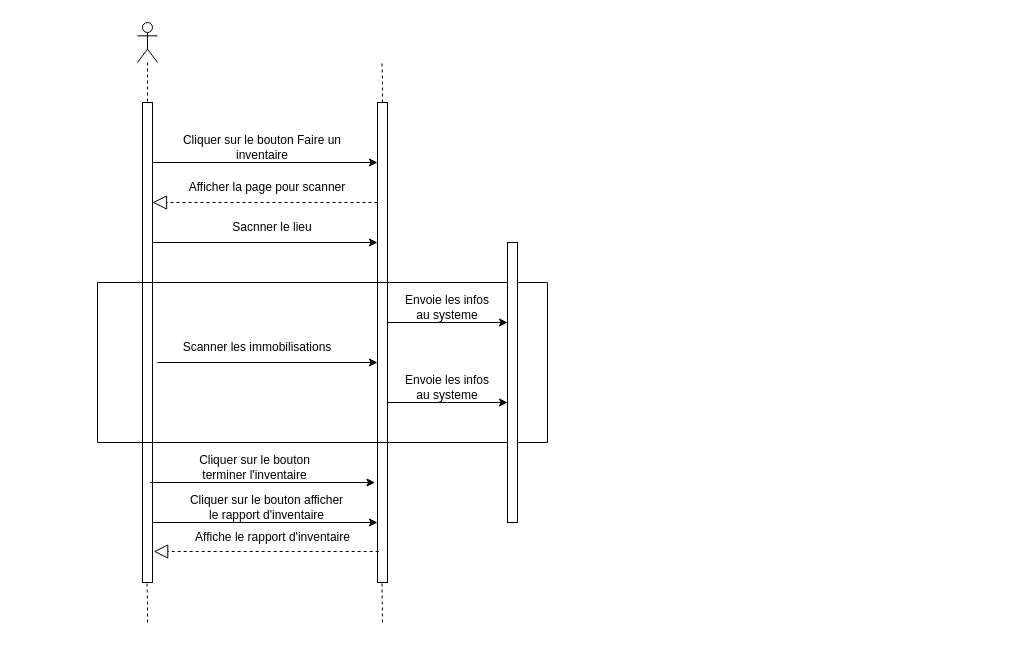
Joahnne-25/Folder_Diagramme-soutenance keeps this draw.io diagram as sequence2.drawio. Above is the earlier version. Source tidied: cells renumbered, new cells numbered last; positions are measured from the earlier drawing's top-left corner, leaving out a move shared by most shapes. Both pictures are drawn from the tidied source at 100%, with x=0, y=0 at pixel (97, 22).
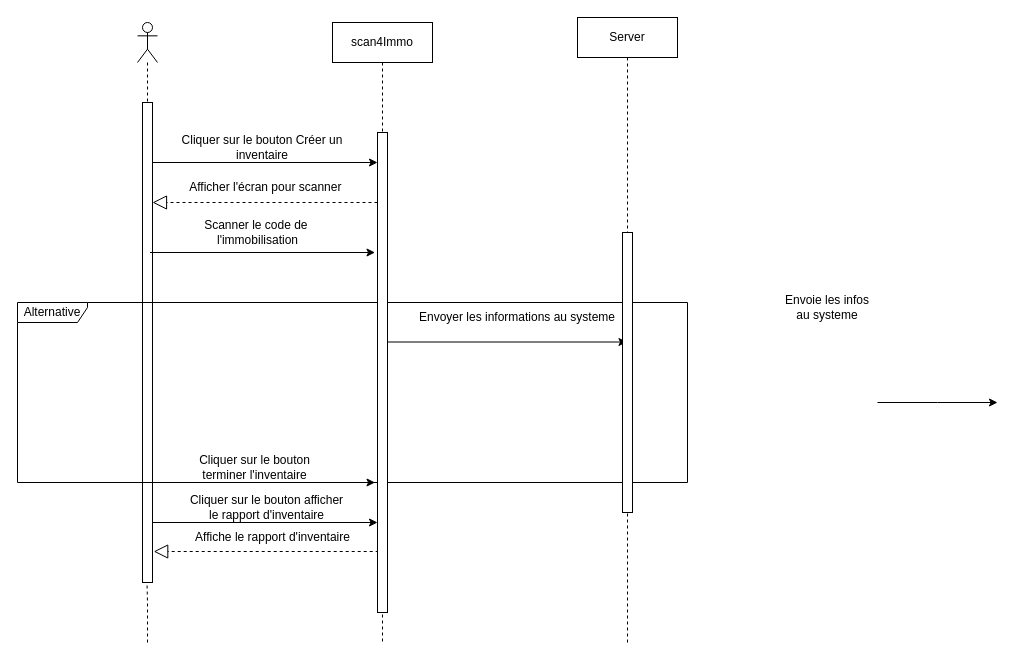
After the change.

Commit message:
Mettre à jour sequence2.drawio

The edit, as a diff of the source:
```diff
@@
-    <mxCell id="4" style="html=1;points=[];perimeter=orthogonalPerimeter;outlineConnect=0;targetShapes=umlLifeline;portConstraint=eastwest;newEdgeStyle={&quot;edgeStyle&quot;:&quot;elbowEdgeStyle&quot;,&quot;elbow&quot;:&quot;vertical&quot;,&quot;curved&quot;:0,&quot;rounded&quot;:0};" parent="1" vertex="1">
-      <mxGeometry x="280" y="80" width="10" height="480" as="geometry" />
-    </mxCell>
-    <mxCell id="5" style="endArrow=none;dashed=1;html=1;rounded=0;" parent="1" edge="1">
-      <mxGeometry relative="1" as="geometry">
-        <mxPoint x="285" y="600" as="sourcePoint" />
-        <mxPoint x="284.5" y="560" as="targetPoint" />
-      </mxGeometry>
-    </mxCell>
@@
     <mxCell id="8" style="endArrow=classic;html=1;rounded=0;entryX=0;entryY=0.176;entryDx=0;entryDy=0;entryPerimeter=0;" parent="1" edge="1">
       <mxGeometry relative="1" as="geometry">
-        <mxPoint x="55" y="220" as="sourcePoint" />
-        <mxPoint x="280" y="220" as="targetPoint" />
+        <mxPoint x="52.5" y="230" as="sourcePoint" />
+        <mxPoint x="277.5" y="230" as="targetPoint" />
       </mxGeometry>
     </mxCell>
@@
-    <mxCell id="11" value="Cliquer sur le bouton Faire un inventaire" style="text;strokeColor=none;align=center;fillColor=none;html=1;verticalAlign=middle;whiteSpace=wrap;rounded=0;" parent="1" vertex="1">
+    <mxCell id="11" value="Cliquer sur le bouton Créer un inventaire" style="text;strokeColor=none;align=center;fillColor=none;html=1;verticalAlign=middle;whiteSpace=wrap;rounded=0;" parent="1" vertex="1">
       <mxGeometry x="80" y="110" width="170" height="30" as="geometry" />
     </mxCell>
-    <mxCell id="12" value="Afficher la page pour scanner" style="text;strokeColor=none;align=center;fillColor=none;html=1;verticalAlign=middle;whiteSpace=wrap;rounded=0;" parent="1" vertex="1">
+    <mxCell id="12" value="Afficher l'écran pour scanner&amp;nbsp;" style="text;strokeColor=none;align=center;fillColor=none;html=1;verticalAlign=middle;whiteSpace=wrap;rounded=0;" parent="1" vertex="1">
       <mxGeometry x="90" y="150" width="160" height="30" as="geometry" />
     </mxCell>
-    <mxCell id="13" value="Sacnner le lieu" style="text;strokeColor=none;align=center;fillColor=none;html=1;verticalAlign=middle;whiteSpace=wrap;rounded=0;" parent="1" vertex="1">
-      <mxGeometry x="90" y="190" width="170" height="30" as="geometry" />
-    </mxCell>
-    <mxCell id="14" style="swimlane;startSize=0;" parent="1" vertex="1">
-      <mxGeometry y="260" width="450" height="160" as="geometry" />
-    </mxCell>
-    <mxCell id="15" value="Envoie les infos au systeme" style="text;strokeColor=none;align=center;fillColor=none;html=1;verticalAlign=middle;whiteSpace=wrap;rounded=0;" parent="14" vertex="1">
-      <mxGeometry x="300" y="10" width="100" height="30" as="geometry" />
-    </mxCell>
-    <mxCell id="16" style="endArrow=classic;html=1;rounded=0;" parent="14" edge="1">
-      <mxGeometry relative="1" as="geometry">
-        <mxPoint x="290" y="120" as="sourcePoint" />
-        <mxPoint x="410" y="120" as="targetPoint" />
-        <Array as="points">
-          <mxPoint x="350" y="120" />
-        </Array>
-      </mxGeometry>
-    </mxCell>
-    <mxCell id="17" value="Envoie les infos au systeme" style="text;strokeColor=none;align=center;fillColor=none;html=1;verticalAlign=middle;whiteSpace=wrap;rounded=0;" parent="14" vertex="1">
-      <mxGeometry x="300" y="90" width="100" height="30" as="geometry" />
-    </mxCell>
-    <mxCell id="18" style="endArrow=classic;html=1;rounded=0;" parent="14" edge="1">
-      <mxGeometry relative="1" as="geometry">
-        <mxPoint x="60" y="80" as="sourcePoint" />
-        <mxPoint x="280" y="80" as="targetPoint" />
-      </mxGeometry>
-    </mxCell>
-    <mxCell id="19" value="Scanner les immobilisations" style="text;strokeColor=none;align=center;fillColor=none;html=1;verticalAlign=middle;whiteSpace=wrap;rounded=0;" parent="14" vertex="1">
-      <mxGeometry x="80" y="50" width="160" height="30" as="geometry" />
-    </mxCell>
-    <mxCell id="20" style="html=1;perimeter=orthogonalPerimeter;targetShapes=umlLifeline;newEdgeStyle={&quot;edgeStyle&quot;:&quot;elbowEdgeStyle&quot;,&quot;elbow&quot;:&quot;vertical&quot;,&quot;curved&quot;:0,&quot;rounded&quot;:0};" parent="1" vertex="1">
-      <mxGeometry x="410" y="220" width="10" height="280" as="geometry" />
-    </mxCell>
     <mxCell id="21" style="endArrow=classic;html=1;rounded=0;" parent="1" edge="1">
       <mxGeometry relative="1" as="geometry">
-        <mxPoint x="290" y="300" as="sourcePoint" />
-        <mxPoint x="410" y="300" as="targetPoint" />
+        <mxPoint x="290" y="319.5" as="sourcePoint" />
+        <mxPoint x="529.5" y="319.5" as="targetPoint" />
       </mxGeometry>
     </mxCell>
@@
     <mxCell id="26" style="endArrow=none;dashed=1;html=1;rounded=0;" parent="1" edge="1">
       <mxGeometry relative="1" as="geometry">
-        <mxPoint x="50" y="600" as="sourcePoint" />
+        <mxPoint x="50" y="620" as="sourcePoint" />
         <mxPoint x="49.5" y="560" as="targetPoint" />
         <Array as="points">
           <mxPoint x="50" y="580" />
         </Array>
       </mxGeometry>
     </mxCell>
-    <mxCell id="27" style="endArrow=none;dashed=1;html=1;rounded=0;" parent="1" edge="1">
-      <mxGeometry relative="1" as="geometry">
-        <mxPoint x="285" y="80" as="sourcePoint" />
-        <mxPoint x="284.5" y="40" as="targetPoint" />
-        <Array as="points">
-          <mxPoint x="285" y="60" />
-        </Array>
-      </mxGeometry>
-    </mxCell>
+    <mxCell id="28" value="Scanner le code de&amp;nbsp;&lt;br&gt;l'immobilisation" style="text;html=1;align=center;verticalAlign=middle;strokeColor=none;fillColor=none;" parent="1" vertex="1">
+      <mxGeometry x="95" y="190" width="130" height="40" as="geometry" />
+    </mxCell>
+    <mxCell id="29" value="Alternative" style="shape=umlFrame;whiteSpace=wrap;html=1;width=70;height=20;" parent="1" vertex="1">
+      <mxGeometry x="-80" y="280" width="670" height="180" as="geometry" />
+    </mxCell>
+    <mxCell id="17" value="Envoie les infos au systeme" style="text;strokeColor=none;align=center;fillColor=none;html=1;verticalAlign=middle;whiteSpace=wrap;rounded=0;" parent="1" vertex="1">
+      <mxGeometry x="680" y="270" width="100" height="30" as="geometry" />
+    </mxCell>
+    <mxCell id="16" style="endArrow=classic;html=1;rounded=0;" parent="1" edge="1">
+      <mxGeometry relative="1" as="geometry">
+        <mxPoint x="780" y="380" as="sourcePoint" />
+        <mxPoint x="900" y="380" as="targetPoint" />
+        <Array as="points">
+          <mxPoint x="840" y="380" />
+        </Array>
+      </mxGeometry>
+    </mxCell>
+    <mxCell id="15" value="Envoyer les informations au systeme" style="text;strokeColor=none;align=center;fillColor=none;html=1;verticalAlign=middle;whiteSpace=wrap;rounded=0;" parent="1" vertex="1">
+      <mxGeometry x="315" y="280" width="210" height="30" as="geometry" />
+    </mxCell>
+    <mxCell id="30" value="scan4Immo" style="shape=umlLifeline;perimeter=lifelinePerimeter;whiteSpace=wrap;html=1;newEdgeStyle={&quot;edgeStyle&quot;:&quot;elbowEdgeStyle&quot;,&quot;elbow&quot;:&quot;vertical&quot;,&quot;curved&quot;:0,&quot;rounded&quot;:0};" parent="1" vertex="1">
+      <mxGeometry x="235" width="100" height="620" as="geometry" />
+    </mxCell>
+    <mxCell id="4" style="html=1;points=[];perimeter=orthogonalPerimeter;outlineConnect=0;targetShapes=umlLifeline;portConstraint=eastwest;newEdgeStyle={&quot;edgeStyle&quot;:&quot;elbowEdgeStyle&quot;,&quot;elbow&quot;:&quot;vertical&quot;,&quot;curved&quot;:0,&quot;rounded&quot;:0};" parent="30" vertex="1">
+      <mxGeometry x="45" y="110" width="10" height="480" as="geometry" />
+    </mxCell>
+    <mxCell id="31" value="Server" style="shape=umlLifeline;perimeter=lifelinePerimeter;whiteSpace=wrap;html=1;newEdgeStyle={&quot;edgeStyle&quot;:&quot;elbowEdgeStyle&quot;,&quot;elbow&quot;:&quot;vertical&quot;,&quot;curved&quot;:0,&quot;rounded&quot;:0};" parent="1" vertex="1">
+      <mxGeometry x="480" y="-5" width="100" height="625" as="geometry" />
+    </mxCell>
+    <mxCell id="20" style="html=1;perimeter=orthogonalPerimeter;targetShapes=umlLifeline;newEdgeStyle={&quot;edgeStyle&quot;:&quot;elbowEdgeStyle&quot;,&quot;elbow&quot;:&quot;vertical&quot;,&quot;curved&quot;:0,&quot;rounded&quot;:0};" parent="31" vertex="1">
+      <mxGeometry x="45" y="215" width="10" height="280" as="geometry" />
+    </mxCell>
```
